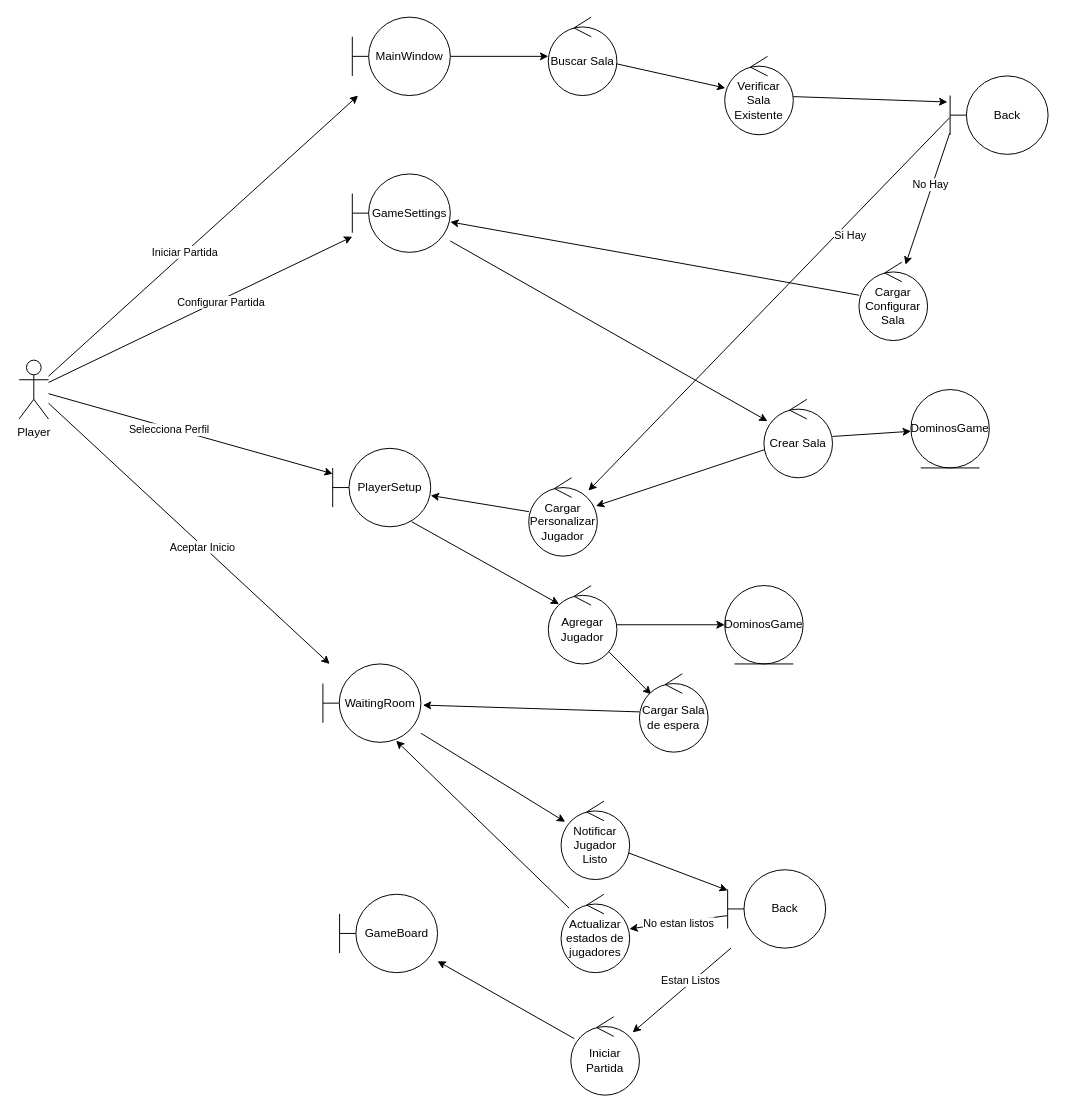
SilverFlin/DominosPizza keeps this draw.io diagram as page "Robustness" (1 of 3) of diagrams/Domino_UC2.drawio. Above is the earlier version. Source tidied: cells renumbered, new cells numbered last; positions are measured from the earlier drawing's top-left corner, leaving out a move shared by most shapes. Both pictures are drawn from the tidied source at 98%, with x=0, y=0 at pixel (19, 17).
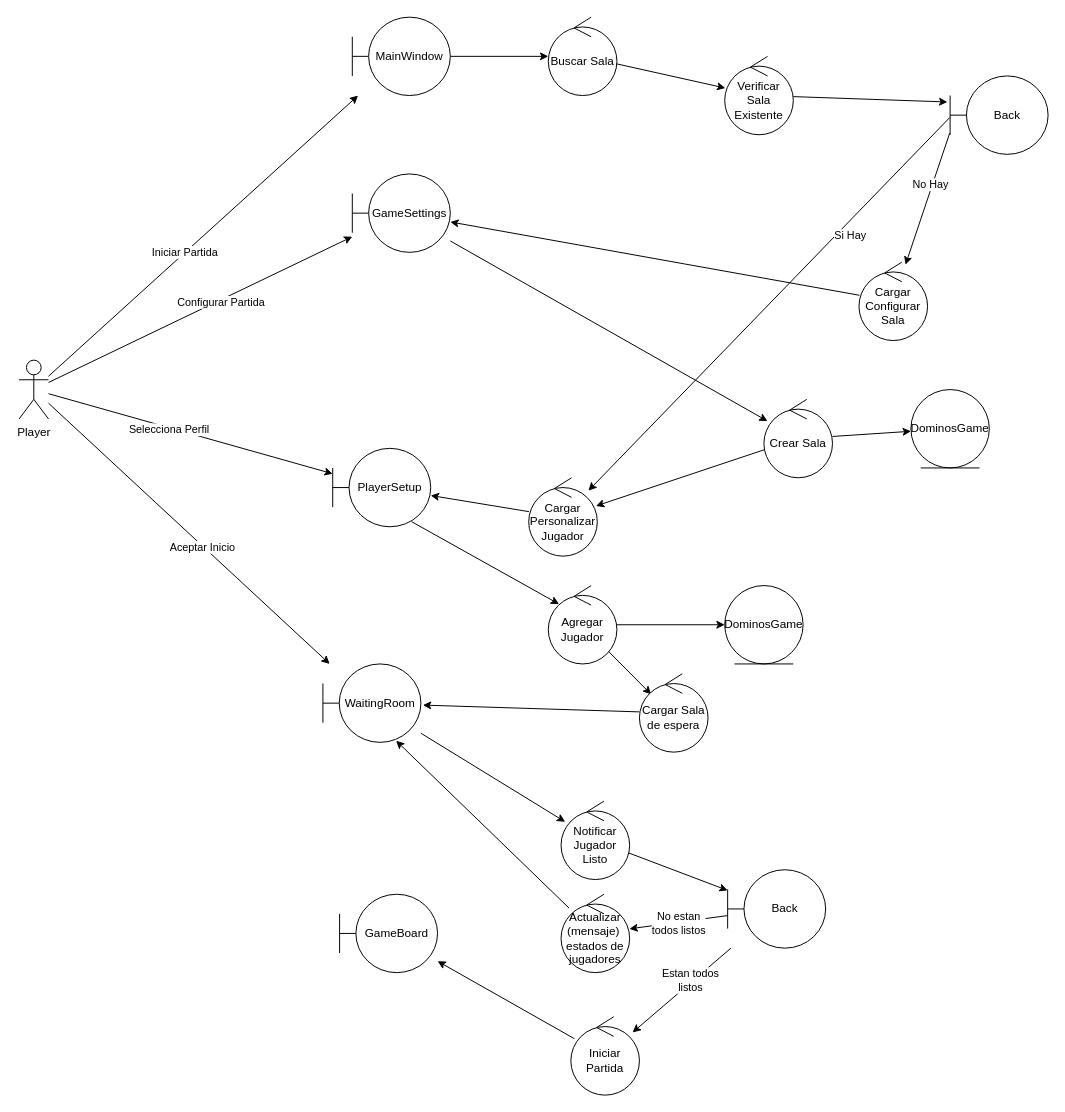
After the change.

Commit message:
docs: add sequence diagram

Unchanged cells that the change refers to:
```xml
<mxCell id="29" style="edgeStyle=none;rounded=0;jettySize=auto;html=1;" parent="1" edge="1" source="33" target="35">
  <mxGeometry relative="1" as="geometry" />
</mxCell>
<mxCell id="31" style="edgeStyle=none;rounded=0;jettySize=auto;html=1;" parent="1" edge="1" source="33" target="37">
  <mxGeometry relative="1" as="geometry" />
</mxCell>
```

The edit, as a diff of the source:
```diff
@@
-    <mxCell id="30" value="No estan listos" style="edgeLabel;html=1;align=center;verticalAlign=middle;" parent="29" vertex="1">
+    <mxCell id="30" value="No estan &lt;br&gt;todos listos" style="edgeLabel;html=1;align=center;verticalAlign=middle;" parent="29" vertex="1">
       <mxGeometry x="0.2" y="3" relative="1" as="geometry">
         <mxPoint x="10" y="-3" as="offset" />
       </mxGeometry>
     </mxCell>
@@
-    <mxCell id="32" value="Estan Listos" style="edgeLabel;html=1;align=center;verticalAlign=middle;" parent="31" vertex="1">
+    <mxCell id="32" value="Estan todos &lt;br&gt;listos" style="edgeLabel;html=1;align=center;verticalAlign=middle;" parent="31" vertex="1">
       <mxGeometry x="-0.2" y="-2" relative="1" as="geometry" />
     </mxCell>
@@
-    <mxCell id="35" value="Actualizar estados de jugadores" style="ellipse;shape=umlControl;whiteSpace=wrap;html=1;" parent="1" vertex="1">
+    <mxCell id="35" value="Actualizar (mensaje)&amp;nbsp; estados de jugadores" style="ellipse;shape=umlControl;whiteSpace=wrap;html=1;" parent="1" vertex="1">
       <mxGeometry x="553" y="895" width="70" height="80" as="geometry" />
     </mxCell>
```
